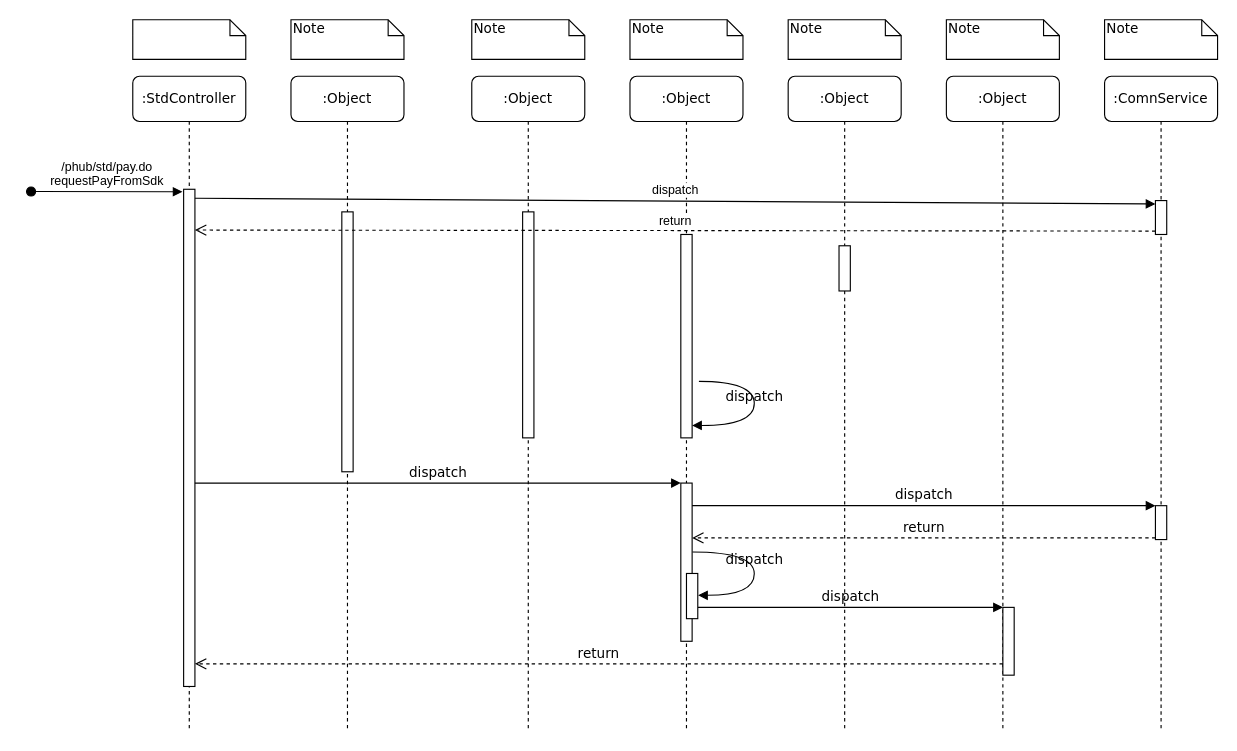
latemorning/sichuan keeps this draw.io diagram as pointhub_pgpay.drawio. Above is the earlier version. Source tidied: cells renumbered, new cells numbered last; positions are measured from the earlier drawing's top-left corner, leaving out a move shared by most shapes. Both pictures are drawn from the tidied source at 113%, with x=0, y=0 at pixel (31, 19).
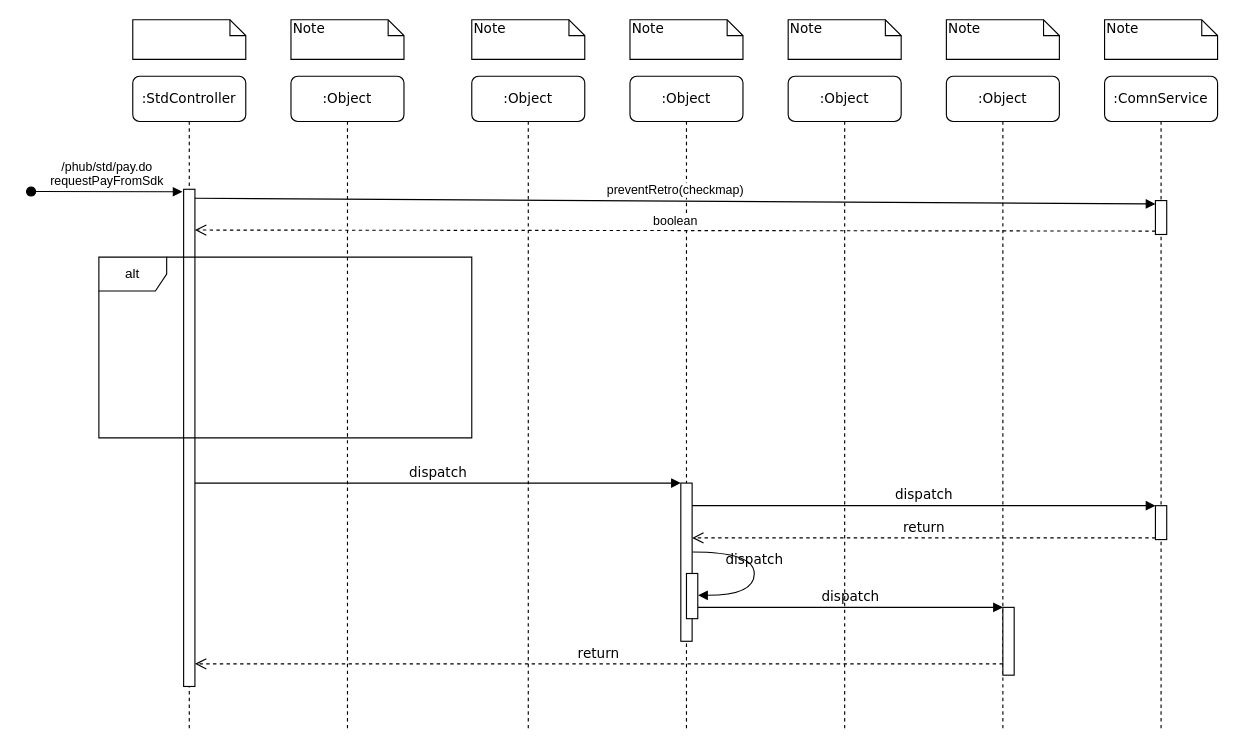
The same diagram, later.

The change refers to these unchanged cells:
```xml
<mxCell id="2" value=":Object" style="shape=umlLifeline;perimeter=lifelinePerimeter;whiteSpace=wrap;html=1;rounded=1;shadow=0;comic=0;labelBackgroundColor=none;strokeColor=#000000;strokeWidth=1;fillColor=#FFFFFF;fontFamily=Verdana;fontSize=12;fontColor=#000000;align=center;" parent="1" vertex="1">
  <mxGeometry x="230" y="50" width="100" height="580" as="geometry" />
</mxCell>
<mxCell id="4" value=":Object" style="shape=umlLifeline;perimeter=lifelinePerimeter;whiteSpace=wrap;html=1;rounded=1;shadow=0;comic=0;labelBackgroundColor=none;strokeColor=#000000;strokeWidth=1;fillColor=#FFFFFF;fontFamily=Verdana;fontSize=12;fontColor=#000000;align=center;" parent="1" vertex="1">
  <mxGeometry x="390" y="50" width="100" height="580" as="geometry" />
</mxCell>
<mxCell id="10" style="html=1;points=[];perimeter=orthogonalPerimeter;" parent="9" vertex="1">
  <mxGeometry x="45" y="110" width="10" height="30" as="geometry" />
</mxCell>
<mxCell id="12" style="html=1;points=[];perimeter=orthogonalPerimeter;rounded=0;shadow=0;comic=0;labelBackgroundColor=none;strokeColor=#000000;strokeWidth=1;fillColor=#FFFFFF;fontFamily=Verdana;fontSize=12;fontColor=#000000;align=center;" parent="11" vertex="1">
  <mxGeometry x="45" y="100" width="10" height="440" as="geometry" />
</mxCell>
```

Diff of the diagram source:
```diff
@@
-    <mxCell id="3" style="html=1;perimeter=orthogonalPerimeter;rounded=0;shadow=0;comic=0;labelBackgroundColor=none;strokeColor=#000000;strokeWidth=1;fillColor=#FFFFFF;fontFamily=Verdana;fontSize=12;fontColor=#000000;align=center;" parent="2" vertex="1">
-      <mxGeometry x="45" y="120" width="10" height="230" as="geometry" />
-    </mxCell>
@@
-    <mxCell id="5" style="html=1;perimeter=orthogonalPerimeter;rounded=0;shadow=0;comic=0;labelBackgroundColor=none;strokeColor=#000000;strokeWidth=1;fillColor=#FFFFFF;fontFamily=Verdana;fontSize=12;fontColor=#000000;align=center;" parent="4" vertex="1">
-      <mxGeometry x="45" y="120" width="10" height="200" as="geometry" />
-    </mxCell>
@@
-    <mxCell id="13" style="html=1;perimeter=orthogonalPerimeter;rounded=0;shadow=0;comic=0;labelBackgroundColor=none;strokeColor=#000000;strokeWidth=1;fillColor=#FFFFFF;fontFamily=Verdana;fontSize=12;fontColor=#000000;align=center;" parent="1" vertex="1">
-      <mxGeometry x="575" y="190" width="10" height="180" as="geometry" />
-    </mxCell>
-    <mxCell id="14" style="html=1;perimeter=orthogonalPerimeter;rounded=0;shadow=0;comic=0;labelBackgroundColor=none;strokeColor=#000000;strokeWidth=1;fillColor=#FFFFFF;fontFamily=Verdana;fontSize=12;fontColor=#000000;align=center;" parent="1" vertex="1">
-      <mxGeometry x="715" y="200" width="10" height="40" as="geometry" />
-    </mxCell>
@@
-    <mxCell id="23" value="dispatch" style="html=1;verticalAlign=bottom;endArrow=block;labelBackgroundColor=none;fontFamily=Verdana;fontSize=12;elbow=vertical;edgeStyle=orthogonalEdgeStyle;curved=1;exitX=1.066;exitY=0.713;exitPerimeter=0;" parent="1" edge="1">
-      <mxGeometry relative="1" as="geometry">
-        <mxPoint x="591" y="320" as="sourcePoint" />
-        <mxPoint x="585" y="359" as="targetPoint" />
-        <Array as="points">
-          <mxPoint x="640" y="320" />
-          <mxPoint x="640" y="359" />
-        </Array>
-      </mxGeometry>
-    </mxCell>
@@
-    <mxCell id="34" value="dispatch" style="html=1;verticalAlign=bottom;endArrow=block;entryX=0;entryY=0.1;exitX=1;exitY=0.018;exitDx=0;exitDy=0;exitPerimeter=0;entryDx=0;entryDy=0;entryPerimeter=0;" parent="1" edge="1" source="12" target="10">
+    <mxCell id="34" value="preventRetro(checkmap)" style="html=1;verticalAlign=bottom;endArrow=block;entryX=0;entryY=0.1;exitX=1;exitY=0.018;exitDx=0;exitDy=0;exitPerimeter=0;entryDx=0;entryDy=0;entryPerimeter=0;" parent="1" edge="1" source="12" target="10">
       <mxGeometry relative="1" as="geometry" />
     </mxCell>
-    <mxCell id="35" value="return" style="html=1;verticalAlign=bottom;endArrow=open;dashed=1;endSize=8;exitX=0;exitY=0.9;entryX=1;entryY=0.082;entryDx=0;entryDy=0;entryPerimeter=0;exitDx=0;exitDy=0;exitPerimeter=0;" parent="1" edge="1" source="10" target="12">
+    <mxCell id="35" value="boolean" style="html=1;verticalAlign=bottom;endArrow=open;dashed=1;endSize=8;exitX=0;exitY=0.9;entryX=1;entryY=0.082;entryDx=0;entryDy=0;entryPerimeter=0;exitDx=0;exitDy=0;exitPerimeter=0;" parent="1" edge="1" source="10" target="12">
       <mxGeometry relative="1" as="geometry" />
     </mxCell>
+    <mxCell id="36" value="alt" style="shape=umlFrame;whiteSpace=wrap;html=1;" parent="1" vertex="1">
+      <mxGeometry x="60" y="210" width="330" height="160" as="geometry" />
+    </mxCell>
```
